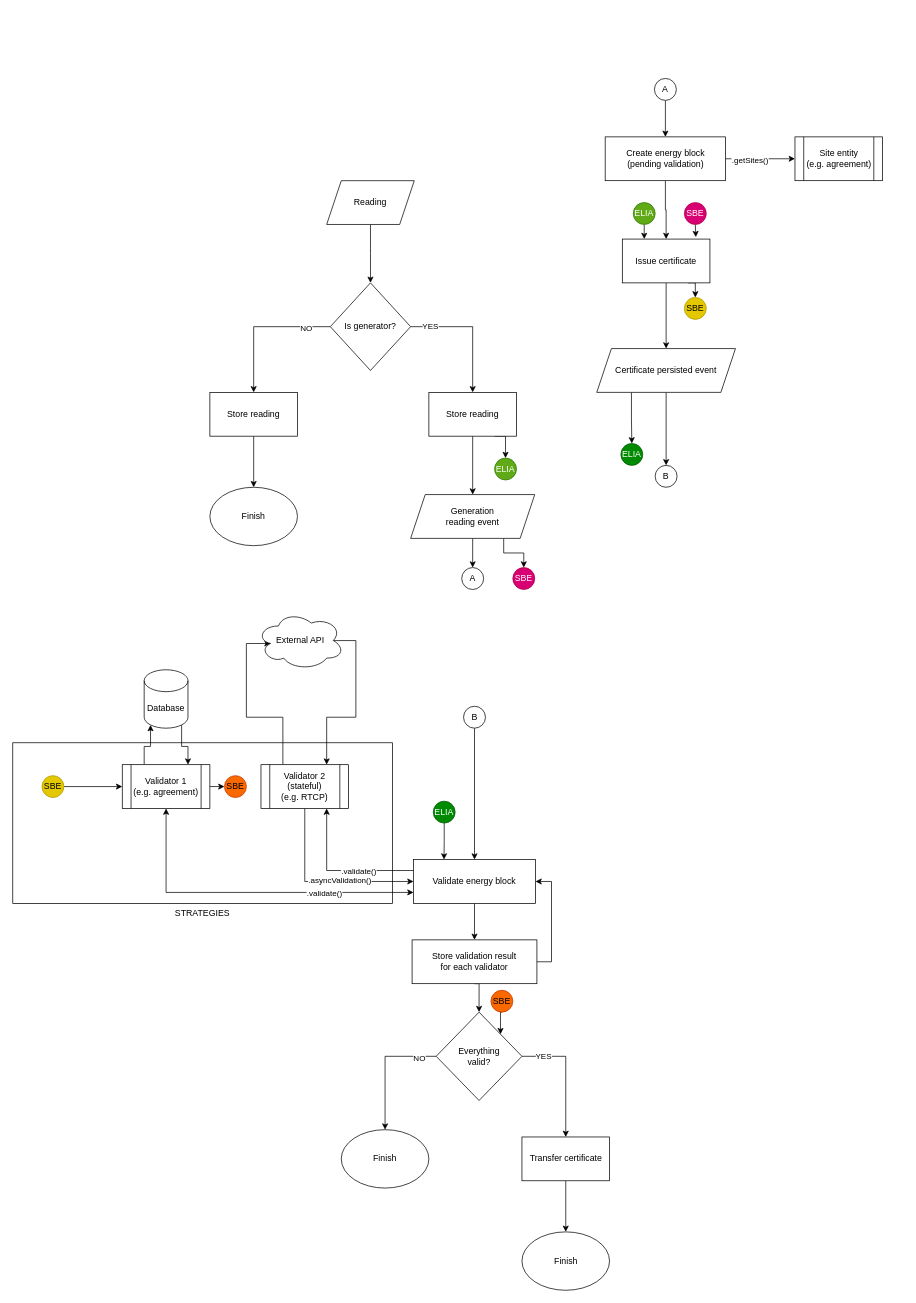
Earlier version of the draw.io diagram transfer.drawio (energywebfoundation/origin-247-sdk). Source tidied: cells renumbered, new cells numbered last; positions are measured from the earlier drawing's top-left corner, leaving out a move shared by most shapes. Both pictures are drawn from the tidied source at 73%, with x=0, y=0 at pixel (12, 78).
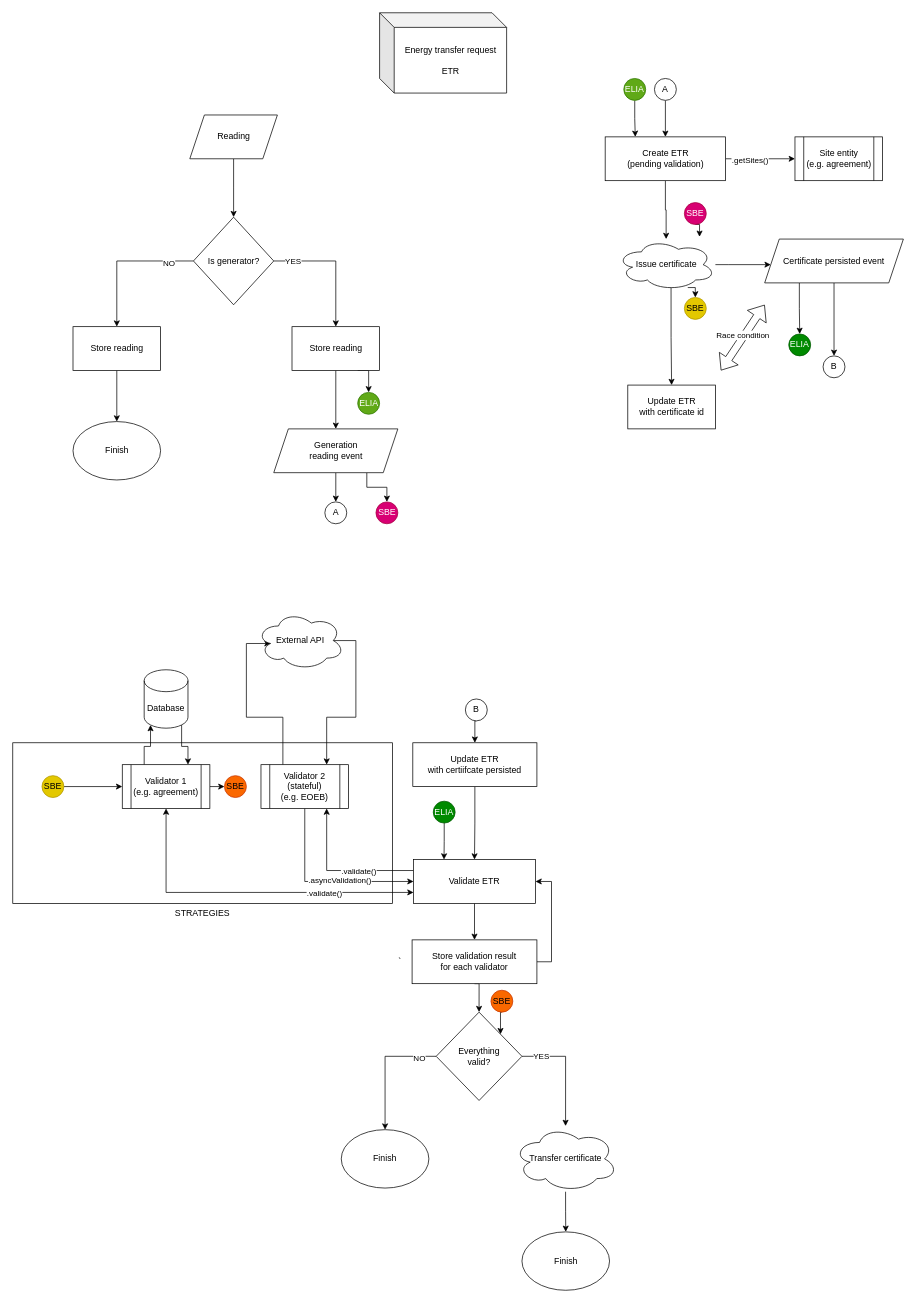
After the change.

Unchanged cells that the change refers to:
```xml
<mxCell id="69" value="SBE" style="ellipse;whiteSpace=wrap;html=1;fillColor=#e3c800;strokeColor=#B09500;fontColor=#000000;" parent="1" vertex="1">
  <mxGeometry x="920" y="300" width="30" height="30" as="geometry" />
</mxCell>
```

Change to the diagram source:
```diff
@@
     <mxCell id="3" style="edgeStyle=orthogonalEdgeStyle;rounded=0;jettySize=auto;html=1;" parent="1" edge="1" source="4">
       <mxGeometry relative="1" as="geometry">
-        <mxPoint x="490" y="280" as="targetPoint" />
+        <mxPoint x="302.5" y="190" as="targetPoint" />
       </mxGeometry>
     </mxCell>
     <mxCell id="4" value="Reading" style="shape=parallelogram;perimeter=parallelogramPerimeter;whiteSpace=wrap;html=1;fixedSize=1;" parent="1" vertex="1">
-      <mxGeometry x="430" y="140" width="120" height="60" as="geometry" />
+      <mxGeometry x="242.5" y="50" width="120" height="60" as="geometry" />
     </mxCell>
@@
     <mxCell id="9" value="Is generator?" style="rhombus;whiteSpace=wrap;html=1;" parent="1" vertex="1">
-      <mxGeometry x="435" y="280" width="110" height="120" as="geometry" />
+      <mxGeometry x="247.5" y="190" width="110" height="120" as="geometry" />
     </mxCell>
@@
     <mxCell id="11" value="Store reading" style="rounded=0;whiteSpace=wrap;html=1;" parent="1" vertex="1">
-      <mxGeometry x="270" y="430" width="120" height="60" as="geometry" />
+      <mxGeometry x="82.5" y="340" width="120" height="60" as="geometry" />
     </mxCell>
     <mxCell id="12" value="Finish" style="ellipse;whiteSpace=wrap;html=1;" parent="1" vertex="1">
-      <mxGeometry x="270" y="560" width="120" height="80" as="geometry" />
+      <mxGeometry x="82.5" y="470" width="120" height="80" as="geometry" />
     </mxCell>
@@
     <mxCell id="15" value="Store reading" style="rounded=0;whiteSpace=wrap;html=1;" parent="1" vertex="1">
-      <mxGeometry x="570" y="430" width="120" height="60" as="geometry" />
+      <mxGeometry x="382.5" y="340" width="120" height="60" as="geometry" />
     </mxCell>
@@
     <mxCell id="18" value="&lt;span&gt;Generation&lt;/span&gt;&lt;br&gt;&lt;span&gt;reading event&lt;/span&gt;" style="shape=parallelogram;perimeter=parallelogramPerimeter;whiteSpace=wrap;html=1;fixedSize=1;" parent="1" vertex="1">
-      <mxGeometry x="545" y="570" width="170" height="60" as="geometry" />
+      <mxGeometry x="357.5" y="480" width="170" height="60" as="geometry" />
     </mxCell>
     <mxCell id="19" value="A" style="ellipse;whiteSpace=wrap;html=1;" parent="1" vertex="1">
-      <mxGeometry x="615" y="670" width="30" height="30" as="geometry" />
+      <mxGeometry x="427.5" y="580" width="30" height="30" as="geometry" />
     </mxCell>
@@
+    <mxCell id="23" style="edgeStyle=orthogonalEdgeStyle;rounded=0;jettySize=auto;html=1;exitX=0.75;exitY=1;exitDx=0;exitDy=0;entryX=0.5;entryY=0;entryDx=0;entryDy=0;endArrow=classic;endFill=1;" parent="1" edge="1" source="24" target="69">
+      <mxGeometry relative="1" as="geometry" />
+    </mxCell>
-    <mxCell id="22" style="edgeStyle=orthogonalEdgeStyle;rounded=0;jettySize=auto;html=1;endArrow=classic;endFill=1;entryX=0.5;entryY=0;entryDx=0;entryDy=0;" parent="1" edge="1" source="24" target="27">
-      <mxGeometry relative="1" as="geometry" />
+    <mxCell id="22" style="edgeStyle=orthogonalEdgeStyle;rounded=0;jettySize=auto;html=1;" parent="1" edge="1" source="24" target="27">
+      <mxGeometry relative="1" as="geometry">
+        <Array as="points">
+          <mxPoint x="980" y="255" />
+          <mxPoint x="980" y="255" />
+        </Array>
+      </mxGeometry>
     </mxCell>
-    <mxCell id="23" style="edgeStyle=orthogonalEdgeStyle;rounded=0;jettySize=auto;html=1;exitX=0.75;exitY=1;exitDx=0;exitDy=0;entryX=0.5;entryY=0;entryDx=0;entryDy=0;endArrow=classic;endFill=1;" parent="1" edge="1" source="24" target="69">
-      <mxGeometry relative="1" as="geometry" />
-    </mxCell>
+    <mxCell id="81" style="edgeStyle=orthogonalEdgeStyle;rounded=0;jettySize=auto;html=1;exitX=0.55;exitY=0.95;exitDx=0;exitDy=0;exitPerimeter=0;entryX=0.5;entryY=0;entryDx=0;entryDy=0;" parent="1" edge="1" source="24" target="83">
+      <mxGeometry relative="1" as="geometry" />
+    </mxCell>
-    <mxCell id="24" value="Issue certificate" style="rounded=0;whiteSpace=wrap;html=1;" parent="1" vertex="1">
-      <mxGeometry x="835" y="220" width="120" height="60" as="geometry" />
+    <mxCell id="24" value="Issue certificate" style="ellipse;shape=cloud;whiteSpace=wrap;html=1;" parent="1" vertex="1">
+      <mxGeometry x="827.5" y="220" width="135" height="70" as="geometry" />
     </mxCell>
@@
     <mxCell id="27" value="Certificate persisted event" style="shape=parallelogram;perimeter=parallelogramPerimeter;whiteSpace=wrap;html=1;fixedSize=1;" parent="1" vertex="1">
-      <mxGeometry x="800" y="370" width="190" height="60" as="geometry" />
+      <mxGeometry x="1030" y="220" width="190" height="60" as="geometry" />
     </mxCell>
     <mxCell id="28" value="B" style="ellipse;whiteSpace=wrap;html=1;" parent="1" vertex="1">
-      <mxGeometry x="880" y="530" width="30" height="30" as="geometry" />
+      <mxGeometry x="1110" y="380" width="30" height="30" as="geometry" />
     </mxCell>
-    <mxCell id="29" style="edgeStyle=orthogonalEdgeStyle;rounded=0;jettySize=auto;html=1;exitX=0.5;exitY=1;exitDx=0;exitDy=0;entryX=0.5;entryY=0;entryDx=0;entryDy=0;" parent="1" edge="1" source="30" target="34">
-      <mxGeometry relative="1" as="geometry" />
-    </mxCell>
+    <mxCell id="82" style="edgeStyle=orthogonalEdgeStyle;rounded=0;jettySize=auto;html=1;exitX=0.5;exitY=1;exitDx=0;exitDy=0;entryX=0.5;entryY=0;entryDx=0;entryDy=0;" parent="1" edge="1" source="30" target="85">
+      <mxGeometry relative="1" as="geometry" />
+    </mxCell>
     <mxCell id="30" value="B" style="ellipse;whiteSpace=wrap;html=1;" parent="1" vertex="1">
-      <mxGeometry x="617.5" y="860" width="30" height="30" as="geometry" />
+      <mxGeometry x="620" y="850" width="30" height="30" as="geometry" />
     </mxCell>
@@
-    <mxCell id="34" value="Validate energy block" style="rounded=0;whiteSpace=wrap;html=1;" parent="1" vertex="1">
+    <mxCell id="34" value="Validate ETR" style="rounded=0;whiteSpace=wrap;html=1;" parent="1" vertex="1">
       <mxGeometry x="549" y="1070" width="167" height="60" as="geometry" />
     </mxCell>
@@
-    <mxCell id="38" value="Validator 2&lt;br&gt;(stateful)&lt;br&gt;(e.g. RTCP)" style="shape=process;whiteSpace=wrap;html=1;backgroundOutline=1;" parent="1" vertex="1">
+    <mxCell id="38" value="Validator 2&lt;br&gt;(stateful)&lt;br&gt;(e.g. EOEB)" style="shape=process;whiteSpace=wrap;html=1;backgroundOutline=1;" parent="1" vertex="1">
       <mxGeometry x="340" y="940" width="120" height="60" as="geometry" />
     </mxCell>
@@
-    <mxCell id="59" value="Transfer certificate" style="rounded=0;whiteSpace=wrap;html=1;" parent="1" vertex="1">
-      <mxGeometry x="697.5" y="1450" width="120" height="60" as="geometry" />
+    <mxCell id="59" value="Transfer certificate" style="ellipse;shape=cloud;whiteSpace=wrap;html=1;" parent="1" vertex="1">
+      <mxGeometry x="686" y="1435" width="142.5" height="90" as="geometry" />
     </mxCell>
@@
     <mxCell id="61" value="ELIA" style="ellipse;whiteSpace=wrap;html=1;fillColor=#60a917;strokeColor=#2D7600;fontColor=#ffffff;" parent="1" vertex="1">
-      <mxGeometry x="660" y="520" width="30" height="30" as="geometry" />
+      <mxGeometry x="472.5" y="430" width="30" height="30" as="geometry" />
     </mxCell>
-    <mxCell id="62" style="edgeStyle=orthogonalEdgeStyle;rounded=0;jettySize=auto;html=1;exitX=0.5;exitY=1;exitDx=0;exitDy=0;entryX=0.25;entryY=0;entryDx=0;entryDy=0;endArrow=classic;endFill=1;" parent="1" edge="1" source="63" target="24">
+    <mxCell id="62" style="edgeStyle=orthogonalEdgeStyle;rounded=0;jettySize=auto;html=1;exitX=0.5;exitY=1;exitDx=0;exitDy=0;entryX=0.25;entryY=0;entryDx=0;entryDy=0;endArrow=classic;endFill=1;" parent="1" edge="1" source="63" target="79">
       <mxGeometry relative="1" as="geometry" />
     </mxCell>
     <mxCell id="63" value="ELIA" style="ellipse;whiteSpace=wrap;html=1;fillColor=#60a917;strokeColor=#2D7600;fontColor=#ffffff;" parent="1" vertex="1">
-      <mxGeometry x="850" y="170" width="30" height="30" as="geometry" />
+      <mxGeometry x="837" width="30" height="30" as="geometry" />
     </mxCell>
@@
     <mxCell id="66" value="SBE" style="ellipse;whiteSpace=wrap;html=1;fillColor=#d80073;strokeColor=#A50040;fontColor=#ffffff;" parent="1" vertex="1">
-      <mxGeometry x="685" y="670" width="30" height="30" as="geometry" />
+      <mxGeometry x="497.5" y="580" width="30" height="30" as="geometry" />
     </mxCell>
@@
     <mxCell id="75" value="ELIA" style="ellipse;whiteSpace=wrap;html=1;fillColor=#008a00;strokeColor=#005700;fontColor=#ffffff;" parent="1" vertex="1">
-      <mxGeometry x="833" y="500" width="30" height="30" as="geometry" />
+      <mxGeometry x="1063" y="350" width="30" height="30" as="geometry" />
     </mxCell>
@@
-    <mxCell id="79" value="Create energy block&lt;br&gt;(pending validation)" style="rounded=0;whiteSpace=wrap;html=1;" parent="1" vertex="1">
+    <mxCell id="79" value="Create ETR&lt;br&gt;(pending validation)" style="rounded=0;whiteSpace=wrap;html=1;" parent="1" vertex="1">
       <mxGeometry x="811.5" y="80" width="165" height="60" as="geometry" />
     </mxCell>
@@
+    <mxCell id="83" value="Update ETR&lt;br&gt;with certificate id" style="rounded=0;whiteSpace=wrap;html=1;" parent="1" vertex="1">
+      <mxGeometry x="842.5" y="420" width="120" height="60" as="geometry" />
+    </mxCell>
+    <mxCell id="84" style="edgeStyle=orthogonalEdgeStyle;rounded=0;jettySize=auto;html=1;exitX=0.5;exitY=1;exitDx=0;exitDy=0;entryX=0.5;entryY=0;entryDx=0;entryDy=0;" parent="1" edge="1" source="85" target="34">
+      <mxGeometry relative="1" as="geometry" />
+    </mxCell>
+    <mxCell id="85" value="Update ETR&lt;br&gt;with certiifcate persisted" style="rounded=0;whiteSpace=wrap;html=1;" parent="1" vertex="1">
+      <mxGeometry x="548" y="910" width="170" height="60" as="geometry" />
+    </mxCell>
+    <mxCell id="86" style="shape=flexArrow;endArrow=classic;startArrow=classic;html=1;" parent="1" edge="1">
+      <mxGeometry relative="1" as="geometry">
+        <mxPoint x="970" y="400" as="sourcePoint" />
+        <mxPoint x="1030" y="310" as="targetPoint" />
+      </mxGeometry>
+    </mxCell>
+    <mxCell id="87" value="Race condition" style="edgeLabel;html=1;align=center;verticalAlign=middle;" parent="86" vertex="1">
+      <mxGeometry x="-0.27" y="4" relative="1" as="geometry">
+        <mxPoint x="11" y="-14" as="offset" />
+      </mxGeometry>
+    </mxCell>
+    <mxCell id="88" value="`" style="text;html=1;align=center;verticalAlign=middle;strokeColor=none;" parent="1" vertex="1">
+      <mxGeometry x="520" y="1200" width="20" height="20" as="geometry" />
+    </mxCell>
+    <mxCell id="89" value="Energy transfer request&lt;br&gt;&lt;br&gt;ETR" style="shape=cube;whiteSpace=wrap;html=1;boundedLbl=1;backgroundOutline=1;darkOpacity=0.05;darkOpacity2=0.1;" parent="1" vertex="1">
+      <mxGeometry x="502.5" y="-90" width="174" height="110" as="geometry" />
+    </mxCell>
```
